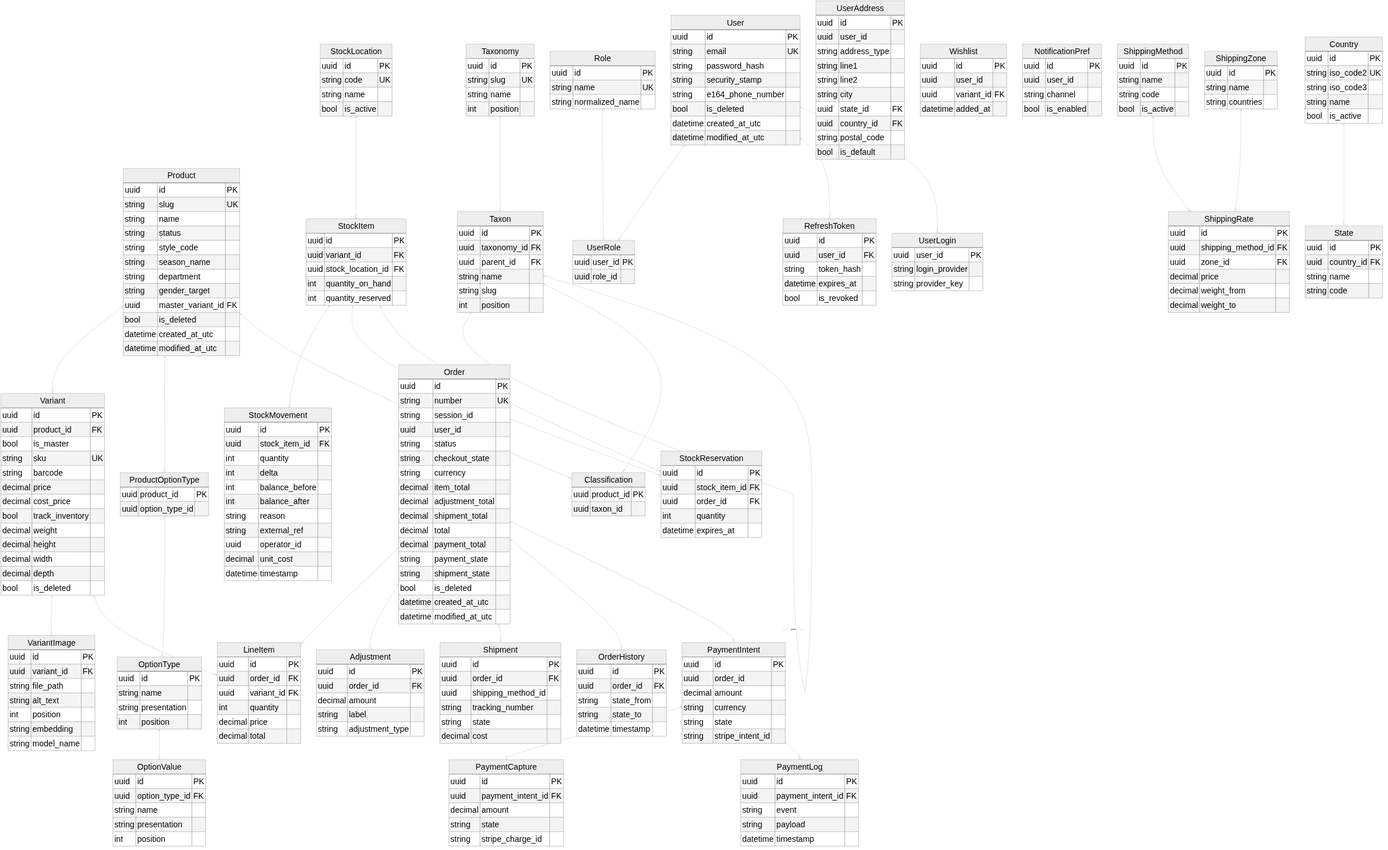
This is thesis/figures/chapters/part2/ch2-design/03-architecture/diagrams/P2S2.2.3_erd-core.png from qingfa-dev/ReSys.Shop, a Mermaid export, as it was before one commit. Its source is kept beside it as thesis/figures/chapters/part2/ch2-design/03-architecture/diagrams/P2S2.2.3_erd-core.mmd. Its diagram source:
```mermaid
%%{init: {'theme': 'neutral', 'themeVariables': {'fontSize': '72px'}}}%%
erDiagram
  Product {
    uuid id PK
    string slug UK
    string name
    string status
    string style_code
    string season_name
    string department
    string gender_target
    uuid master_variant_id FK
    bool is_deleted
    datetime created_at_utc
    datetime modified_at_utc
  }

  Variant {
    uuid id PK
    uuid product_id FK
    bool is_master
    string sku UK
    string barcode
    decimal price
    decimal cost_price
    bool track_inventory
    decimal weight
    decimal height
    decimal width
    decimal depth
    bool is_deleted
  }

  VariantImage {
    uuid id PK
    uuid variant_id FK
    string file_path
    string alt_text
    int position
    string embedding
    string model_name
  }

  OptionType {
    uuid id PK
    string name
    string presentation
    int position
  }

  OptionValue {
    uuid id PK
    uuid option_type_id FK
    string name
    string presentation
    int position
  }

  ProductOptionType {
    uuid product_id PK
    uuid option_type_id
  }

  Taxonomy {
    uuid id PK
    string slug UK
    string name
    int position
  }

  Taxon {
    uuid id PK
    uuid taxonomy_id FK
    uuid parent_id FK
    string name
    string slug
    int position
  }

  Classification {
    uuid product_id PK
    uuid taxon_id
  }

  Product ||--o{ Variant : ""
  Variant ||--o{ VariantImage : ""
  Product ||--o{ ProductOptionType : ""
  OptionType ||--o{ OptionValue : ""
  ProductOptionType }o--|| OptionType : ""
  Taxonomy ||--o{ Taxon : ""
  Taxon ||--o{ Taxon : parent
  Product ||--o{ Classification : ""
  Taxon ||--o{ Classification : ""

  Order {
    uuid id PK
    string number UK
    string session_id
    uuid user_id
    string status
    string checkout_state
    string currency
    decimal item_total
    decimal adjustment_total
    decimal shipment_total
    decimal total
    decimal payment_total
    string payment_state
    string shipment_state
    bool is_deleted
    datetime created_at_utc
    datetime modified_at_utc
  }

  LineItem {
    uuid id PK
    uuid order_id FK
    uuid variant_id FK
    int quantity
    decimal price
    decimal total
  }

  Adjustment {
    uuid id PK
    uuid order_id FK
    decimal amount
    string label
    string adjustment_type
  }

  Shipment {
    uuid id PK
    uuid order_id FK
    uuid shipping_method_id
    string tracking_number
    string state
    decimal cost
  }

  OrderHistory {
    uuid id PK
    uuid order_id FK
    string state_from
    string state_to
    datetime timestamp
  }

  Order ||--o{ LineItem : ""
  Order ||--o{ Adjustment : ""
  Order ||--o{ Shipment : ""
  Order ||--o{ OrderHistory : ""

  PaymentIntent {
    uuid id PK
    uuid order_id
    decimal amount
    string currency
    string state
    string stripe_intent_id
  }

  PaymentCapture {
    uuid id PK
    uuid payment_intent_id FK
    decimal amount
    string state
    string stripe_charge_id
  }

  PaymentLog {
    uuid id PK
    uuid payment_intent_id FK
    string event
    string payload
    datetime timestamp
  }

  PaymentIntent ||--o{ PaymentCapture : ""
  PaymentIntent ||--o{ PaymentLog : ""

  StockLocation {
    uuid id PK
    string code UK
    string name
    bool is_active
  }

  StockItem {
    uuid id PK
    uuid variant_id FK
    uuid stock_location_id FK
    int quantity_on_hand
    int quantity_reserved
  }

  StockMovement {
    uuid id PK
    uuid stock_item_id FK
    int quantity
    int delta
    int balance_before
    int balance_after
    string reason
    string external_ref
    uuid operator_id
    decimal unit_cost
    datetime timestamp
  }

  StockReservation {
    uuid id PK
    uuid stock_item_id FK
    uuid order_id FK
    int quantity
    datetime expires_at
  }

  StockLocation ||--o{ StockItem : ""
  StockItem ||--o{ StockMovement : ""
  StockItem ||--o{ StockReservation : ""

  User {
    uuid id PK
    string email UK
    string password_hash
    string security_stamp
    string e164_phone_number
    bool is_deleted
    datetime created_at_utc
    datetime modified_at_utc
  }

  Role {
    uuid id PK
    string name UK
    string normalized_name
  }

  UserRole {
    uuid user_id PK
    uuid role_id
  }

  RefreshToken {
    uuid id PK
    uuid user_id FK
    string token_hash
    datetime expires_at
    bool is_revoked
  }

  UserLogin {
    uuid user_id PK
    string login_provider
    string provider_key
  }

  User ||--o{ UserRole : ""
  Role ||--o{ UserRole : ""
  User ||--o{ RefreshToken : ""
  User ||--o{ UserLogin : ""

  UserAddress {
    uuid id PK
    uuid user_id
    string address_type
    string line1
    string line2
    string city
    uuid state_id FK
    uuid country_id FK
    string postal_code
    bool is_default
  }

  Wishlist {
    uuid id PK
    uuid user_id
    uuid variant_id FK
    datetime added_at
  }

  NotificationPref {
    uuid id PK
    uuid user_id
    string channel
    bool is_enabled
  }

  ShippingMethod {
    uuid id PK
    string name
    string code
    bool is_active
  }

  ShippingRate {
    uuid id PK
    uuid shipping_method_id FK
    uuid zone_id FK
    decimal price
    decimal weight_from
    decimal weight_to
  }

  ShippingZone {
    uuid id PK
    string name
    string countries
  }

  ShippingMethod ||--o{ ShippingRate : ""
  ShippingZone ||--o{ ShippingRate : ""

  Country {
    uuid id PK
    string iso_code2 UK
    string iso_code3
    string name
    bool is_active
  }

  State {
    uuid id PK
    uuid country_id FK
    string name
    string code
  }

  Country ||--o{ State : ""

  Variant |o--o{ LineItem : ""
  Order |o--o{ PaymentIntent : ""
  StockItem |o--o{ StockReservation : ""
```
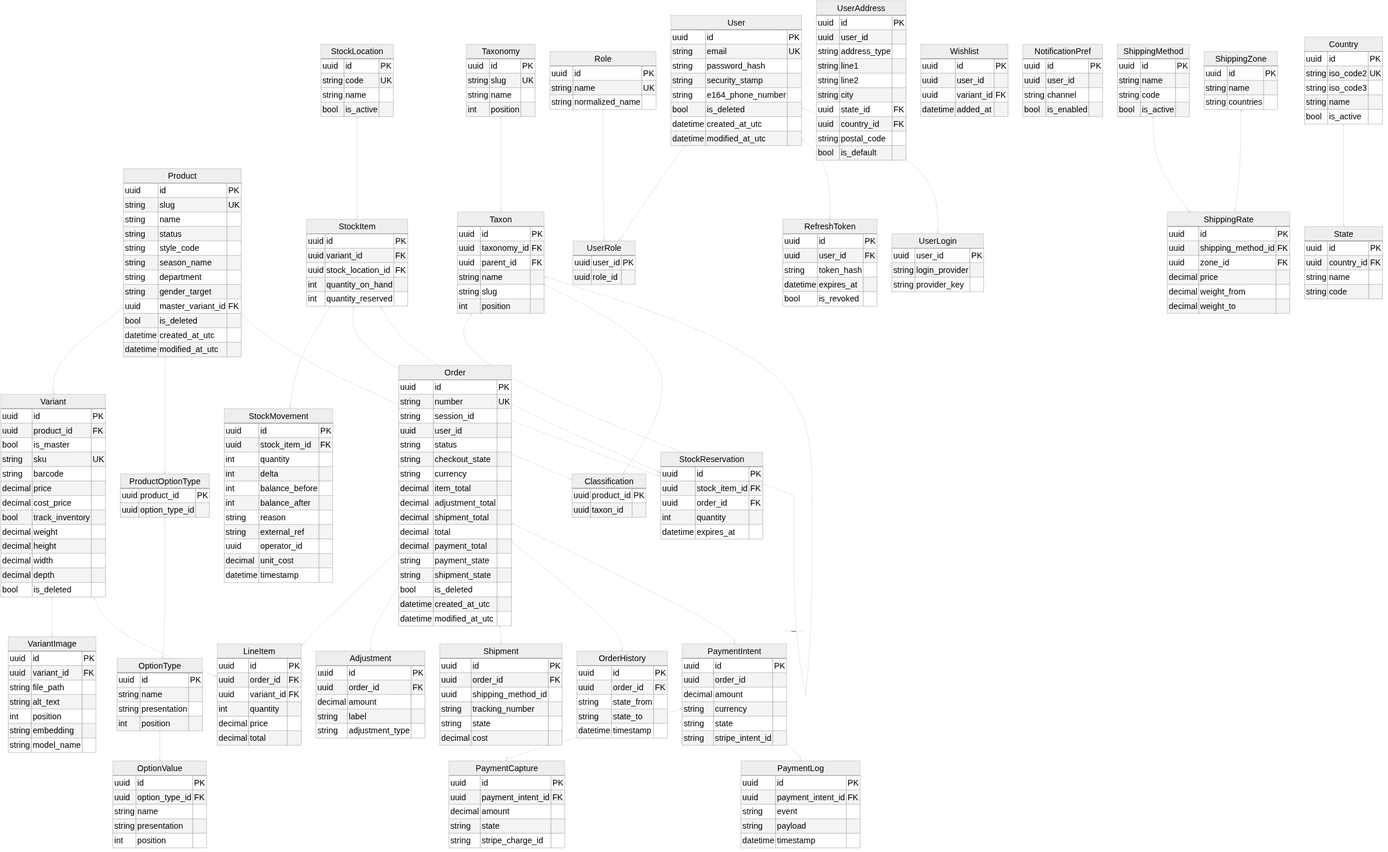
After the commit.

Diff of the diagram source:
```diff
@@ -1,4 +1,4 @@
-%%{init: {'theme': 'neutral', 'themeVariables': {'fontSize': '72px'}}}%%
+%%{init: {'theme': 'neutral', 'themeVariables': {'fontSize': '78px'}}}%%
 erDiagram
   Product {
     uuid id PK
```
